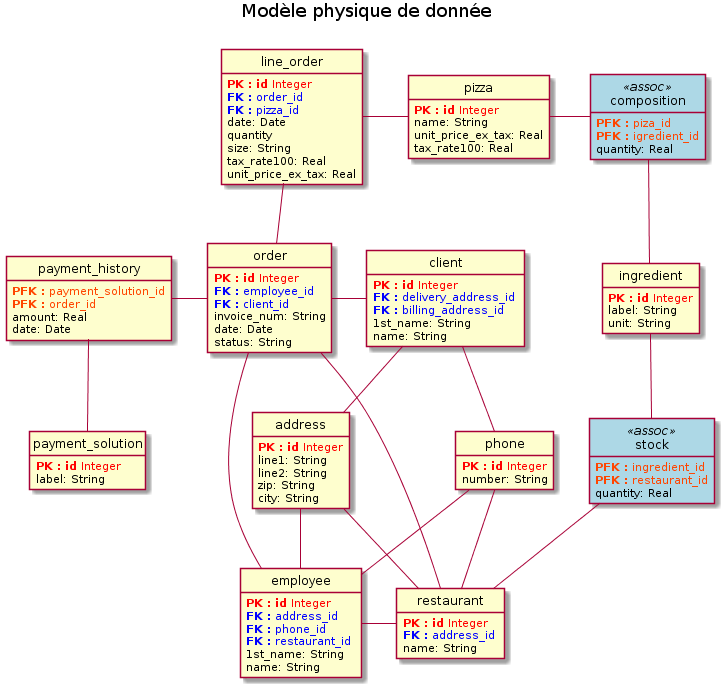
The PlantUML diagram physical_data_model.png in freezed/ocp6, before a commit. Source of this version:
```plantuml
@startuml
title Modèle physique de donnée\n
hide empty methods
hide circle
skinparam class {
    BackgroundColor<<assoc>> lightblue
}


class address
class client
class composition <<assoc>>
class employee
class ingredient
class line_order
class order
class payment_history
class payment_solution
class phone
class pizza
class restaurant
class stock <<assoc>>

address -- restaurant
address -- employee
client -- phone
client -- address
employee - order
employee -right- restaurant
line_order -- order
line_order - pizza
order - client
order - restaurant
order -left- payment_history
payment_solution -up- payment_history
phone -- employee
phone -- restaurant

class address {
    <font color="red"><b>PK : id</b> Integer</font>
}
class client {
    <font color="red"><b>PK : id</b> Integer</font>
    <font color="blue"><b>FK :</b> delivery_address_id </font>
    <font color="blue"><b>FK :</b> billing_address_id </font>
}
class composition {
    <font color="orangered"><b>PFK :</b> piza_id</font>
    <font color="orangered"><b>PFK :</b> igredient_id</font>
}
class employee {
    <font color="red"><b>PK : id</b> Integer</font>
    <font color="blue"><b>FK :</b> address_id </font>
    <font color="blue"><b>FK :</b> phone_id </font>
    <font color="blue"><b>FK :</b> restaurant_id </font>
}
class ingredient {
    <font color="red"><b>PK : id</b> Integer</font>
}
class line_order {
    <font color="red"><b>PK : id</b> Integer</font>
    <font color="blue"><b>FK :</b> order_id </font>
    <font color="blue"><b>FK :</b> pizza_id </font>
}
class order {
    <font color="red"><b>PK : id</b> Integer</font>
    <font color="blue"><b>FK :</b> employee_id </font>
    <font color="blue"><b>FK :</b> client_id </font>
}
class payment_history {
    <font color="orangered"><b>PFK :</b> payment_solution_id</font>
    <font color="orangered"><b>PFK :</b> order_id</font>
}
class payment_solution {
    <font color="red"><b>PK : id</b> Integer</font>
}
class phone {
    <font color="red"><b>PK : id</b> Integer</font>
}
class pizza {
    <font color="red"><b>PK : id</b> Integer</font>
}
class restaurant {
    <font color="red"><b>PK : id</b> Integer</font>
    <font color="blue"><b>FK :</b> address_id </font>
}
class stock {
    <font color="orangered"><b>PFK :</b> ingredient_id</font>
    <font color="orangered"><b>PFK :</b> restaurant_id</font>
}

class address {
    line1: String
    line2: String
    zip: String
    city: String
}
class client {
    1st_name: String
    name: String
}
class composition {
    quantity: Real
}
class employee {
    1st_name: String
    name: String
}
class ingredient {
    label: String
    unit: String
}
class line_order {
    date: Date
    quantity
    size: String
    tax_rate100: Real
    unit_price_ex_tax: Real
}
class order {
    invoice_num: String
    date: Date
    status: String
}
class payment_history {
    amount: Real
    date: Date
}
class payment_solution {
    label: String
}
class pizza {
    name: String
    unit_price_ex_tax: Real
    tax_rate100: Real
}
class phone {
    number: String
}
class restaurant {
    name: String
}
class stock {
    quantity: Real
}

pizza - composition
composition - ingredient
ingredient -- stock
stock -- restaurant
@enduml
```
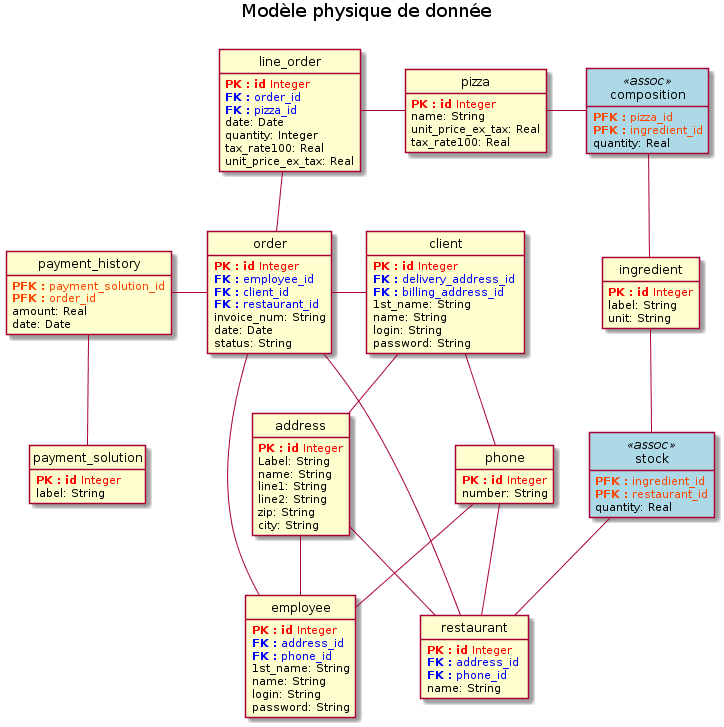
After the commit.

Commit message:
Updates pysical data model image

Deletes restaurant / employee relation
Revises attributes & keys of the PDM

Change to the diagram source:
```diff
@@ -1,5 +1,6 @@
 @startuml
 title Modèle physique de donnée\n
+
 hide empty methods
 hide circle
 skinparam class {
@@ -26,7 +27,6 @@
 client -- phone
 client -- address
 employee - order
-employee -right- restaurant
 line_order -- order
 line_order - pizza
 order - client
@@ -45,14 +45,13 @@
     <font color="blue"><b>FK :</b> billing_address_id </font>
 }
 class composition {
-    <font color="orangered"><b>PFK :</b> piza_id</font>
-    <font color="orangered"><b>PFK :</b> igredient_id</font>
+    <font color="orangered"><b>PFK :</b> pizza_id</font>
+    <font color="orangered"><b>PFK :</b> ingredient_id</font>
 }
 class employee {
     <font color="red"><b>PK : id</b> Integer</font>
     <font color="blue"><b>FK :</b> address_id </font>
     <font color="blue"><b>FK :</b> phone_id </font>
-    <font color="blue"><b>FK :</b> restaurant_id </font>
 }
 class ingredient {
     <font color="red"><b>PK : id</b> Integer</font>
@@ -66,6 +65,7 @@
     <font color="red"><b>PK : id</b> Integer</font>
     <font color="blue"><b>FK :</b> employee_id </font>
     <font color="blue"><b>FK :</b> client_id </font>
+    <font color="blue"><b>FK :</b> restaurant_id </font>
 }
 class payment_history {
     <font color="orangered"><b>PFK :</b> payment_solution_id</font>
@@ -83,6 +83,7 @@
 class restaurant {
     <font color="red"><b>PK : id</b> Integer</font>
     <font color="blue"><b>FK :</b> address_id </font>
+    <font color="blue"><b>FK :</b> phone_id </font>
 }
 class stock {
     <font color="orangered"><b>PFK :</b> ingredient_id</font>
@@ -90,6 +91,8 @@
 }
 
 class address {
+    Label: String
+    name: String
     line1: String
     line2: String
     zip: String
@@ -98,6 +101,8 @@
 class client {
     1st_name: String
     name: String
+    login: String
+    password: String
 }
 class composition {
     quantity: Real
@@ -105,6 +110,8 @@
 class employee {
     1st_name: String
     name: String
+    login: String
+    password: String
 }
 class ingredient {
     label: String
@@ -112,8 +119,7 @@
 }
 class line_order {
     date: Date
-    quantity
-    size: String
+    quantity: Integer
     tax_rate100: Real
     unit_price_ex_tax: Real
 }
```
